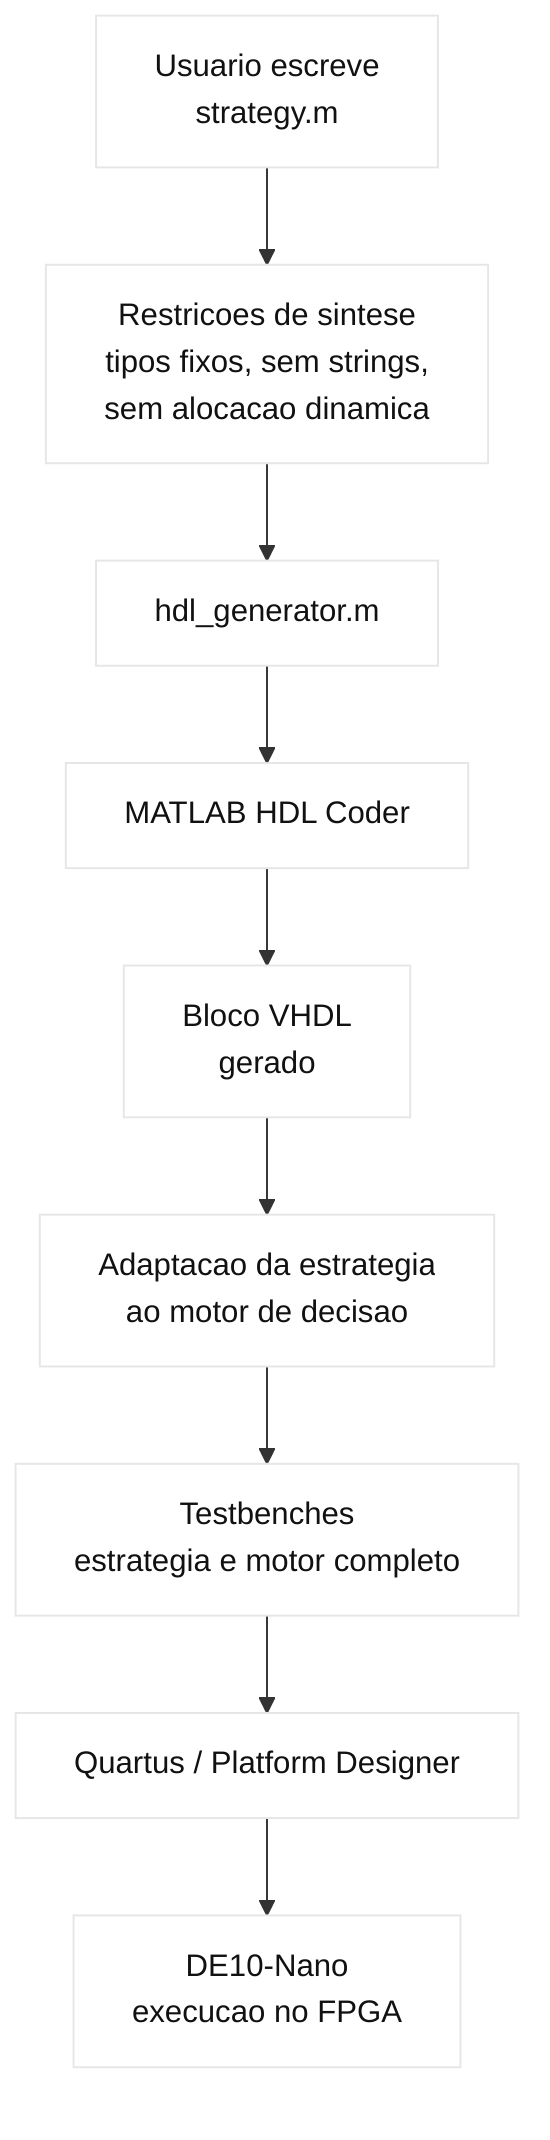
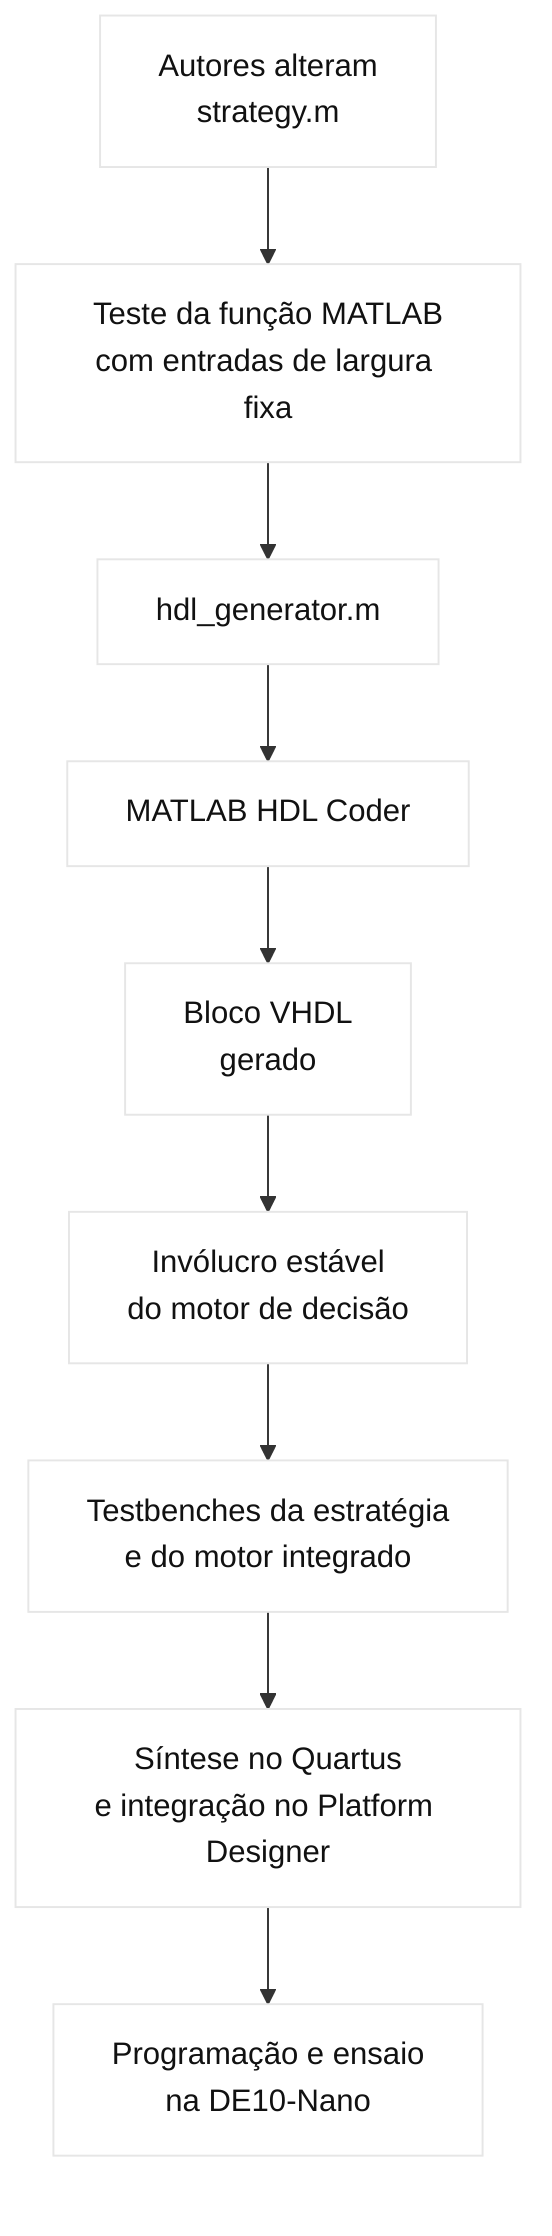
%%{init: {"theme": "base", "flowchart": {"htmlLabels": false}, "themeVariables": {"fontFamily": "Arial", "primaryColor": "#ffffff", "primaryTextColor": "#111111", "lineColor": "#333333"}}}%%
flowchart TB
-     A["Usuario escreve<br/>strategy.m"]
-     B["Restricoes de sintese<br/>tipos fixos, sem strings,<br/>sem alocacao dinamica"]
+     A["Autores alteram<br/>strategy.m"]
+     B["Teste da função MATLAB<br/>com entradas de largura fixa"]
    C["hdl_generator.m"]
    D["MATLAB HDL Coder"]
    E["Bloco VHDL<br/>gerado"]
-     F["Adaptacao da estrategia<br/>ao motor de decisao"]
-     G["Testbenches<br/>estrategia e motor completo"]
-     H["Quartus / Platform Designer"]
-     I["DE10-Nano<br/>execucao no FPGA"]
+     F["Invólucro estável<br/>do motor de decisão"]
+     G["Testbenches da estratégia<br/>e do motor integrado"]
+     H["Síntese no Quartus<br/>e integração no Platform Designer"]
+     I["Programação e ensaio<br/>na DE10-Nano"]

    A --> B
    B --> C
    C --> D
    D --> E
    E --> F
    F --> G
    G --> H
    H --> I
